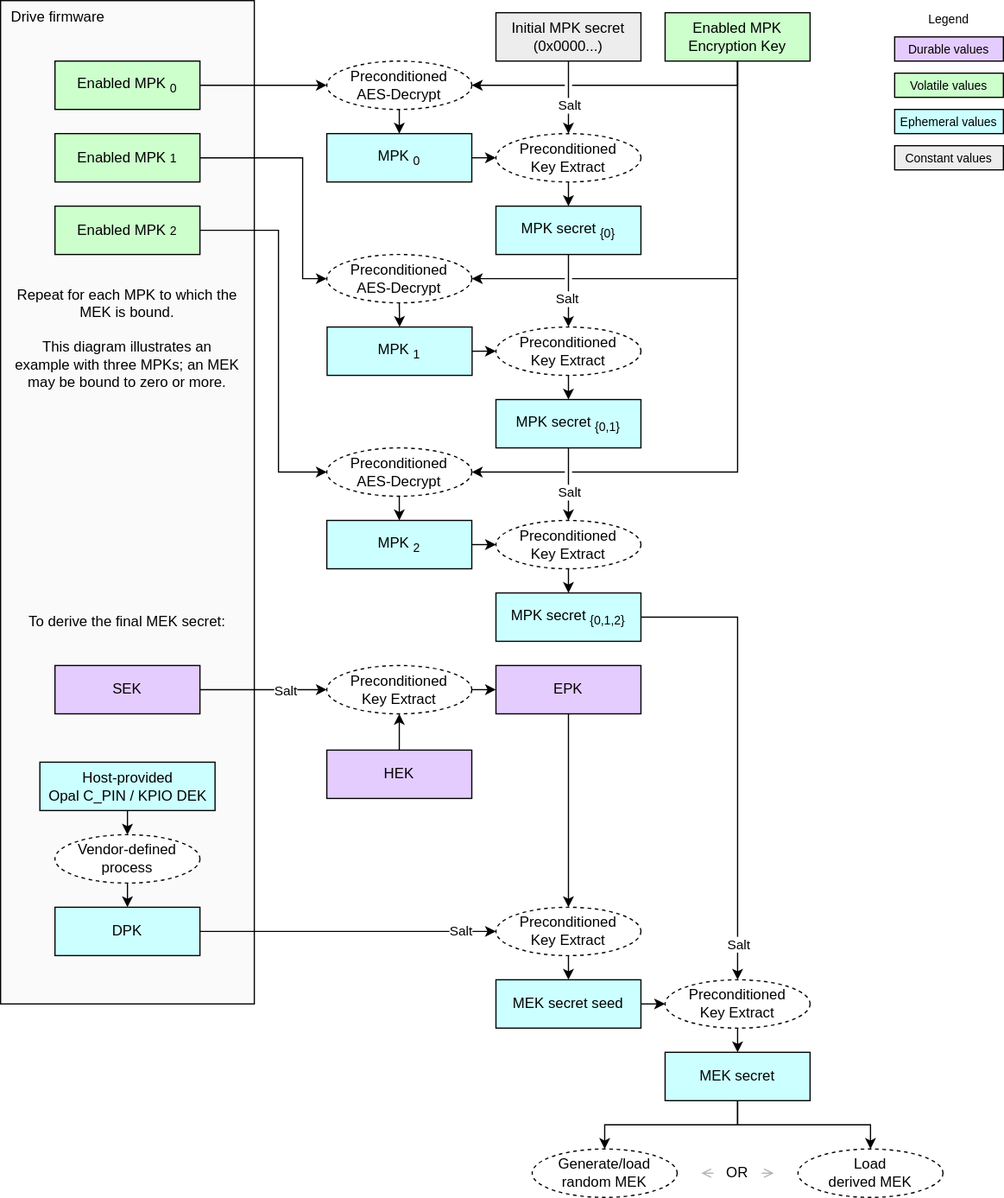
chipsalliance/Caliptra keeps this draw.io diagram as doc/ocp_lock/diagrams/mek_secret_derivation.drawio.svg. Above is the earlier version. Source tidied: cells renumbered, new cells last; positions are measured from the earlier drawing's top-left corner, leaving out a move shared by most shapes.
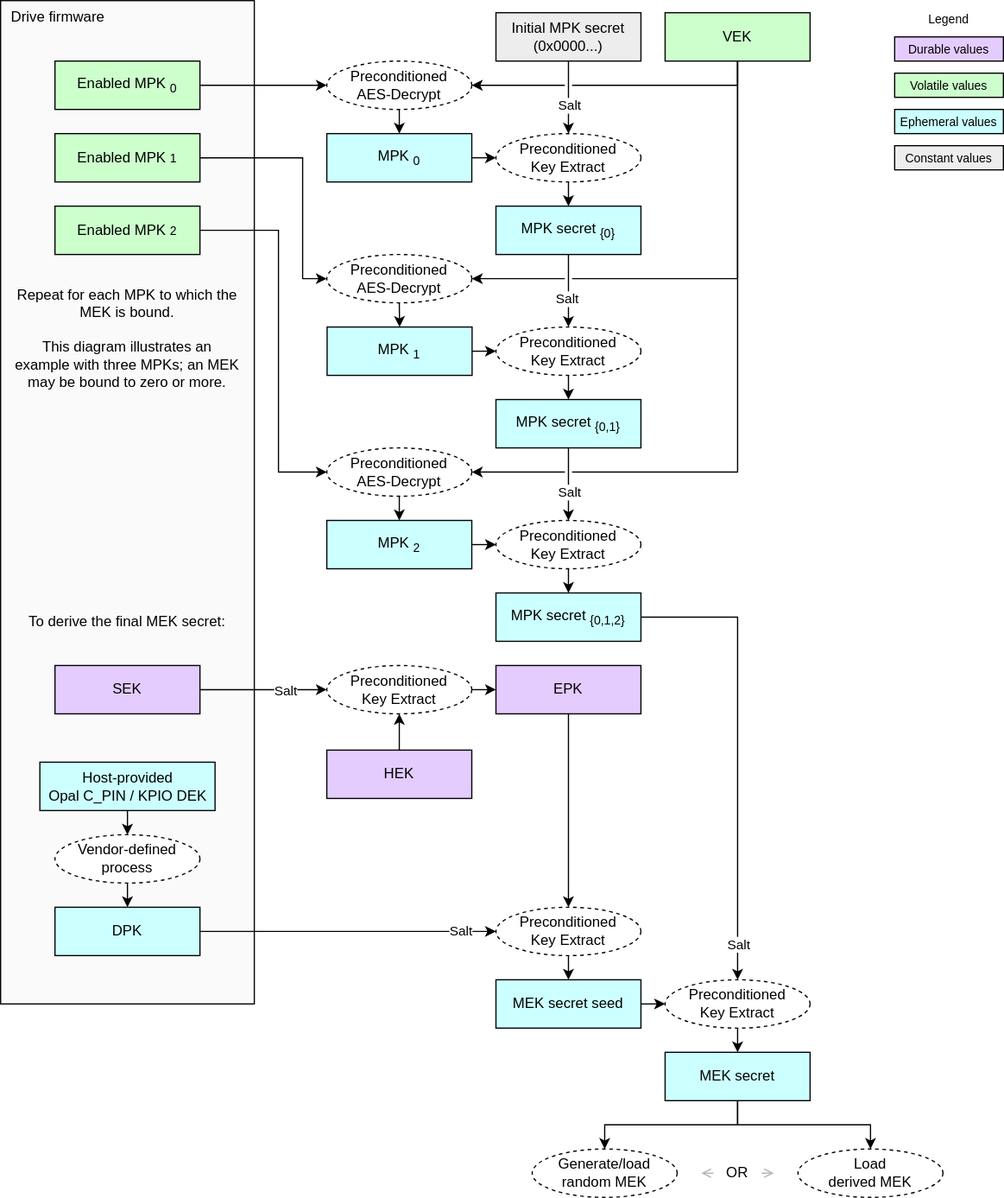
The same diagram one commit later.

Commit message:
Rename "Enabled MPK Encryption Secret" to "Volatile Escrow Key". (#483)

What changed in the source:
```diff
@@ -20,7 +20,7 @@
     <mxCell id="7" value="&lt;div&gt;&lt;font color=&quot;#000000&quot;&gt;Enabled MPK&lt;sub&gt;0&lt;/sub&gt;&lt;/font&gt;&lt;/div&gt;" style="rounded=0;whiteSpace=wrap;html=1;align=center;verticalAlign=middle;shadow=0;glass=0;spacingLeft=0;spacingBottom=0;spacingTop=0;fillColor=#CCFFCC;" parent="1" vertex="1">
       <mxGeometry x="45" y="50" width="120" height="40" as="geometry" />
     </mxCell>
-    <mxCell id="8" value="&lt;div&gt;&lt;font color=&quot;#000000&quot;&gt;Enabled&amp;nbsp;&lt;span style=&quot;color: rgb(0, 0, 0);&quot;&gt;MPK&lt;/span&gt;&lt;/font&gt;&lt;/div&gt;&lt;div&gt;&lt;font color=&quot;#000000&quot;&gt;Encryption Key&lt;/font&gt;&lt;/div&gt;" style="rounded=0;whiteSpace=wrap;html=1;align=center;verticalAlign=middle;shadow=0;glass=0;spacingLeft=0;spacingBottom=0;spacingTop=0;fillColor=#CCFFCC;" parent="1" vertex="1">
+    <mxCell id="8" value="&lt;div&gt;&lt;font color=&quot;#000000&quot;&gt;VEK&lt;/font&gt;&lt;/div&gt;" style="rounded=0;whiteSpace=wrap;html=1;align=center;verticalAlign=middle;shadow=0;glass=0;spacingLeft=0;spacingBottom=0;spacingTop=0;fillColor=#CCFFCC;" parent="1" vertex="1">
       <mxGeometry x="550" y="10" width="120" height="40" as="geometry" />
     </mxCell>
     <mxCell id="9" value="Preconditioned&lt;div&gt;AES-Decrypt&lt;/div&gt;" style="ellipse;whiteSpace=wrap;html=1;fillColor=#FFFFFF;dashed=1;" parent="1" vertex="1">
```
